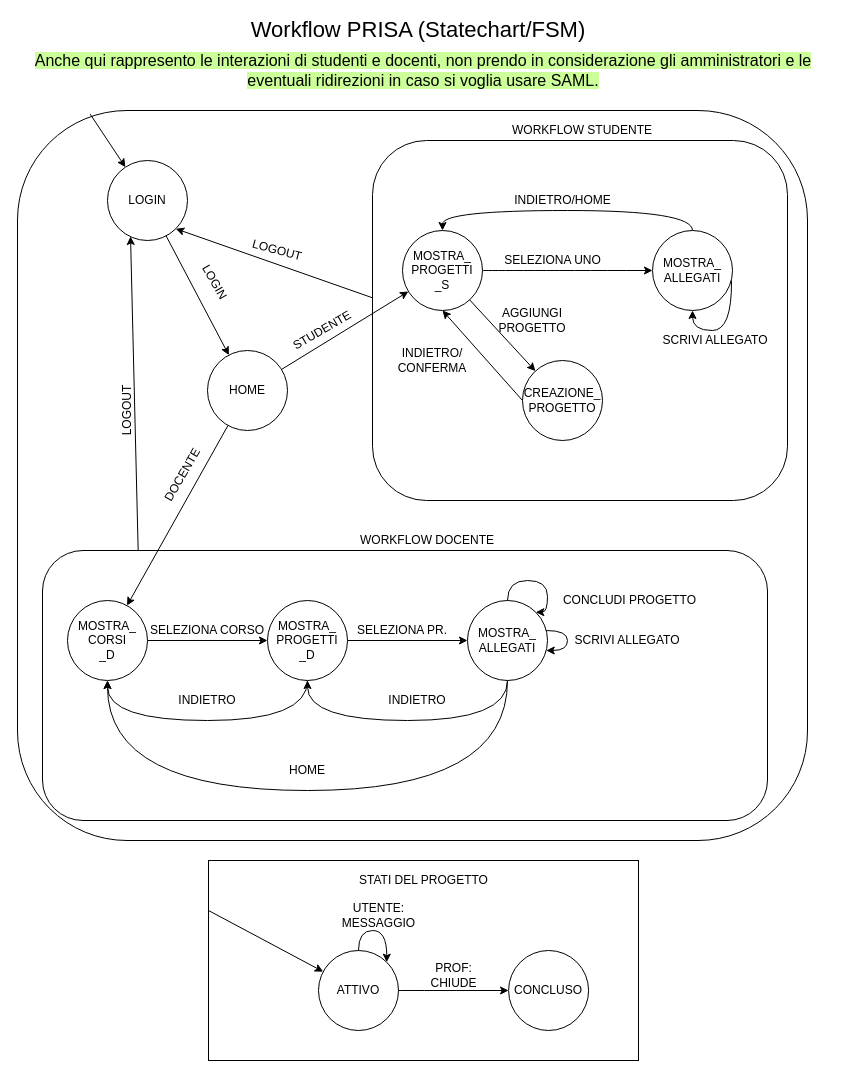
Before: page "MODELLO_SC_FSM" (3 of 5) of prisa_eer.drawio in Cippo95/prisa, a draw.io diagram. Source tidied: cells renumbered, new cells numbered last; positions are measured from the earlier drawing's top-left corner, leaving out a move shared by most shapes. Both pictures are drawn from the tidied source at 100%, with x=0, y=0 at pixel (17, 20).
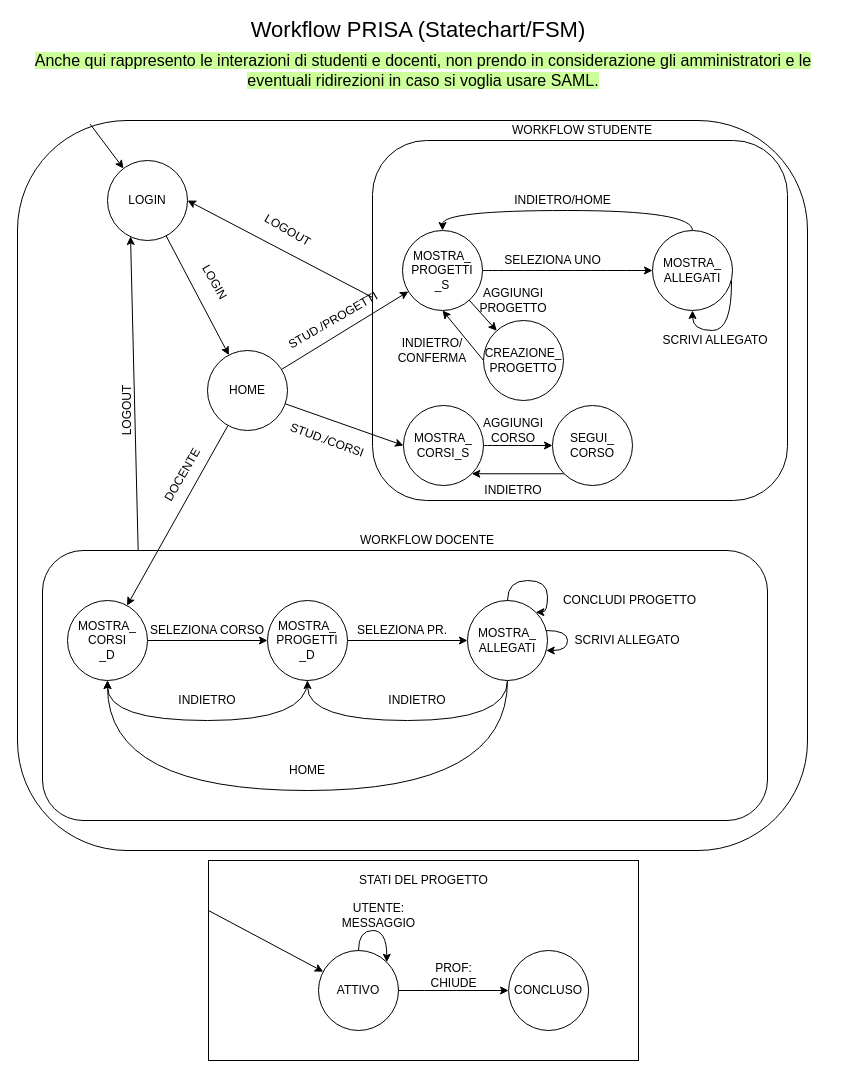
Above is the later version.

The change refers to these unchanged cells:
```xml
<mxCell id="10" value="HOME" style="ellipse;whiteSpace=wrap;html=1;" parent="1" vertex="1">
  <mxGeometry x="190" y="330" width="80" height="80" as="geometry" />
</mxCell>
<mxCell id="58" value="LOGIN" style="ellipse;whiteSpace=wrap;html=1;" parent="1" vertex="1">
  <mxGeometry x="90" y="140" width="80" height="80" as="geometry" />
</mxCell>
```

Diff of the diagram source:
```diff
@@
     <mxCell id="2" style="rounded=1;whiteSpace=wrap;html=1;" parent="1" vertex="1">
-      <mxGeometry y="90" width="790" height="730" as="geometry" />
+      <mxGeometry y="100" width="790" height="730" as="geometry" />
     </mxCell>
@@
-    <mxCell id="5" style="rounded=0;jettySize=auto;html=1;entryX=1;entryY=1;entryDx=0;entryDy=0;startArrow=none;startFill=0;endArrow=classic;endFill=1;" parent="1" edge="1" target="58">
+    <mxCell id="5" style="rounded=0;jettySize=auto;html=1;entryX=1;entryY=0.5;entryDx=0;entryDy=0;startArrow=none;startFill=0;endArrow=classic;endFill=1;" parent="1" edge="1" target="58">
       <mxGeometry relative="1" as="geometry">
         <mxPoint x="357" y="278" as="sourcePoint" />
       </mxGeometry>
     </mxCell>
@@
+    <mxCell id="61" style="rounded=0;jettySize=auto;html=1;entryX=0;entryY=0.5;entryDx=0;entryDy=0;" parent="1" edge="1" source="10" target="63">
+      <mxGeometry relative="1" as="geometry" />
+    </mxCell>
@@
-    <mxCell id="23" value="STUDENTE" style="text;html=1;strokeColor=none;fillColor=none;align=center;verticalAlign=middle;whiteSpace=wrap;rounded=0;rotation=-30;" parent="1" vertex="1">
-      <mxGeometry x="250" y="300" width="110" height="20" as="geometry" />
+    <mxCell id="23" value="STUD./PROGETTI" style="text;html=1;strokeColor=none;fillColor=none;align=center;verticalAlign=middle;whiteSpace=wrap;rounded=0;rotation=-30;" parent="1" vertex="1">
+      <mxGeometry x="261" y="290" width="110" height="20" as="geometry" />
     </mxCell>
@@
-    <mxCell id="43" value="LOGOUT" style="text;html=1;strokeColor=none;fillColor=none;align=center;verticalAlign=middle;whiteSpace=wrap;rounded=0;rotation=15;" parent="1" vertex="1">
-      <mxGeometry x="220" y="220" width="80" height="20" as="geometry" />
+    <mxCell id="43" value="LOGOUT" style="text;html=1;strokeColor=none;fillColor=none;align=center;verticalAlign=middle;whiteSpace=wrap;rounded=0;rotation=30;" parent="1" vertex="1">
+      <mxGeometry x="230" y="200.1" width="81" height="20" as="geometry" />
     </mxCell>
@@
     <mxCell id="51" value="&lt;div&gt;AGGIUNGI PROGETTO&lt;/div&gt;" style="text;html=1;strokeColor=none;fillColor=none;align=center;verticalAlign=middle;whiteSpace=wrap;rounded=0;" parent="1" vertex="1">
-      <mxGeometry x="450" y="290" width="130" height="20" as="geometry" />
+      <mxGeometry x="431" y="270" width="130" height="20" as="geometry" />
     </mxCell>
@@
     <mxCell id="53" value="&lt;div&gt;CREAZIONE_&lt;/div&gt;&lt;div&gt;PROGETTO&lt;/div&gt;" style="ellipse;whiteSpace=wrap;html=1;" parent="1" vertex="1">
-      <mxGeometry x="505" y="340" width="80" height="80" as="geometry" />
+      <mxGeometry x="466" y="300" width="80" height="80" as="geometry" />
     </mxCell>
     <mxCell id="54" value="&lt;div&gt;INDIETRO/&lt;/div&gt;&lt;div&gt;CONFERMA&lt;br&gt;&lt;/div&gt;" style="text;html=1;strokeColor=none;fillColor=none;align=center;verticalAlign=middle;whiteSpace=wrap;rounded=0;" parent="1" vertex="1">
-      <mxGeometry x="380" y="330" width="70" height="20" as="geometry" />
+      <mxGeometry x="380" y="320" width="70" height="20" as="geometry" />
     </mxCell>
@@
+    <mxCell id="62" style="edgeStyle=orthogonalEdgeStyle;rounded=0;jettySize=auto;html=1;entryX=0;entryY=0.5;entryDx=0;entryDy=0;curved=1;" parent="1" edge="1" source="63" target="65">
+      <mxGeometry relative="1" as="geometry" />
+    </mxCell>
+    <mxCell id="63" value="&lt;div&gt;MOSTRA_&lt;/div&gt;&lt;div&gt;CORSI_S&lt;/div&gt;" style="ellipse;whiteSpace=wrap;html=1;" parent="1" vertex="1">
+      <mxGeometry x="386" y="385" width="80" height="80" as="geometry" />
+    </mxCell>
+    <mxCell id="64" style="edgeStyle=orthogonalEdgeStyle;rounded=0;jettySize=auto;html=1;entryX=1;entryY=1;entryDx=0;entryDy=0;exitX=0;exitY=1;exitDx=0;exitDy=0;" parent="1" edge="1" source="65" target="63">
+      <mxGeometry relative="1" as="geometry" />
+    </mxCell>
+    <mxCell id="65" value="&lt;div&gt;SEGUI_&lt;/div&gt;&lt;div&gt;CORSO&lt;br&gt;&lt;/div&gt;" style="ellipse;whiteSpace=wrap;html=1;" parent="1" vertex="1">
+      <mxGeometry x="535" y="385" width="80" height="80" as="geometry" />
+    </mxCell>
+    <mxCell id="66" value="STUD./CORSI" style="text;html=1;strokeColor=none;fillColor=none;align=center;verticalAlign=middle;whiteSpace=wrap;rounded=0;rotation=20;" parent="1" vertex="1">
+      <mxGeometry x="290" y="410" width="40" height="20" as="geometry" />
+    </mxCell>
+    <mxCell id="67" value="&lt;div&gt;AGGIUNGI&lt;/div&gt;&lt;div&gt;CORSO&lt;br&gt;&lt;/div&gt;" style="text;html=1;strokeColor=none;fillColor=none;align=center;verticalAlign=middle;whiteSpace=wrap;rounded=0;" parent="1" vertex="1">
+      <mxGeometry x="476" y="400" width="40" height="20" as="geometry" />
+    </mxCell>
+    <mxCell id="68" value="INDIETRO" style="text;html=1;strokeColor=none;fillColor=none;align=center;verticalAlign=middle;whiteSpace=wrap;rounded=0;" parent="1" vertex="1">
+      <mxGeometry x="476" y="460" width="40" height="20" as="geometry" />
+    </mxCell>
```
